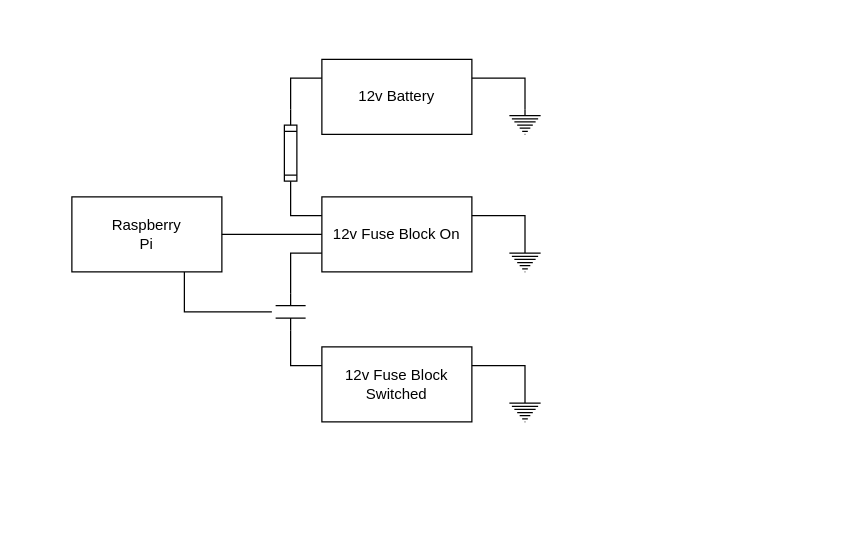
Earlier version of the draw.io diagram ElectricalLowVoltage.drawio (cdvanhorn/ForsanRaneaf). Source tidied: cells renumbered, new cells numbered last; positions are measured from the earlier drawing's top-left corner, leaving out a move shared by most shapes. Both pictures are drawn from the tidied source at 125%, with x=0, y=0 at pixel (71, 59).
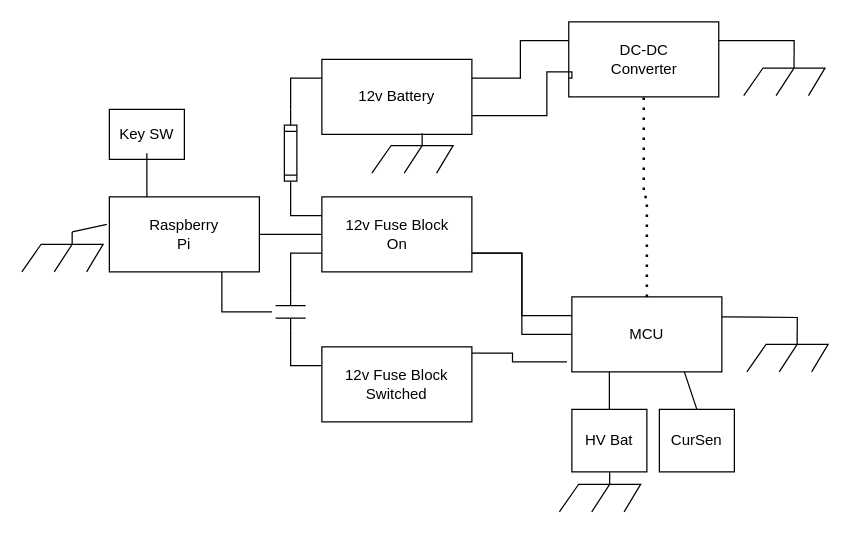
The same diagram, later.

Commit message:
added mcu and dc-dc converter, other clean up

Unchanged cells that the change refers to:
```xml
<mxCell id="5" style="rounded=0;whiteSpace=wrap;html=1;" parent="4" vertex="1">
  <mxGeometry width="120" height="60" as="geometry" />
</mxCell>
```

Change to the diagram source:
```diff
@@
     <mxCell id="4" style="group;" parent="1" vertex="1">
-      <mxGeometry y="110" width="120" height="60" as="geometry" />
+      <mxGeometry x="30" y="110" width="120" height="60" as="geometry" />
     </mxCell>
@@
-    <mxCell id="8" style="group;" parent="1" vertex="1">
-      <mxGeometry x="200" y="230" width="175" height="60" as="geometry" />
-    </mxCell>
-    <mxCell id="9" style="group;" parent="8" vertex="1">
-      <mxGeometry width="120" height="60" as="geometry" />
-    </mxCell>
-    <mxCell id="10" style="rounded=0;whiteSpace=wrap;html=1;" parent="9" vertex="1">
-      <mxGeometry width="120" height="60" as="geometry" />
-    </mxCell>
-    <mxCell id="11" value="12v Fuse Block Switched" style="text;html=1;align=center;verticalAlign=middle;whiteSpace=wrap;rounded=0;" parent="9" vertex="1">
-      <mxGeometry y="15" width="120" height="30" as="geometry" />
-    </mxCell>
-    <mxCell id="12" style="verticalLabelPosition=bottom;shadow=0;dashed=0;align=center;html=1;verticalAlign=top;shape=mxgraph.electrical.signal_sources.protective_earth;" parent="8" vertex="1">
-      <mxGeometry x="150" y="40" width="25" height="20" as="geometry" />
-    </mxCell>
-    <mxCell id="13" style="endArrow=none;html=1;rounded=0;exitX=1;exitY=0.25;exitDx=0;exitDy=0;entryX=0.5;entryY=0;entryDx=0;entryDy=0;entryPerimeter=0;edgeStyle=orthogonalEdgeStyle;" parent="8" edge="1" source="10" target="12">
-      <mxGeometry relative="1" as="geometry" />
-    </mxCell>
-    <mxCell id="14" style="group;" parent="1" vertex="1">
-      <mxGeometry x="195" y="110" width="180" height="60" as="geometry" />
-    </mxCell>
-    <mxCell id="15" style="group;" parent="14" vertex="1">
-      <mxGeometry width="130" height="60" as="geometry" />
-    </mxCell>
-    <mxCell id="16" style="rounded=0;whiteSpace=wrap;html=1;" parent="15" vertex="1">
-      <mxGeometry x="5" width="120" height="60" as="geometry" />
-    </mxCell>
-    <mxCell id="17" value="12v Fuse Block On" style="text;html=1;align=center;verticalAlign=middle;whiteSpace=wrap;rounded=0;" parent="15" vertex="1">
-      <mxGeometry y="15" width="130" height="30" as="geometry" />
-    </mxCell>
-    <mxCell id="18" style="verticalLabelPosition=bottom;shadow=0;dashed=0;align=center;html=1;verticalAlign=top;shape=mxgraph.electrical.signal_sources.protective_earth;" parent="14" vertex="1">
-      <mxGeometry x="155" y="40" width="25" height="20" as="geometry" />
-    </mxCell>
-    <mxCell id="19" style="endArrow=none;html=1;rounded=0;entryX=1;entryY=0.25;entryDx=0;entryDy=0;exitX=0.5;exitY=0;exitDx=0;exitDy=0;exitPerimeter=0;edgeStyle=orthogonalEdgeStyle;" parent="14" edge="1" source="18" target="16">
-      <mxGeometry relative="1" as="geometry" />
-    </mxCell>
-    <mxCell id="20" style="group;" parent="1" vertex="1">
-      <mxGeometry x="200" width="175" height="60" as="geometry" />
-    </mxCell>
-    <mxCell id="21" style="group;" parent="20" vertex="1">
-      <mxGeometry width="120" height="60" as="geometry" />
-    </mxCell>
-    <mxCell id="22" style="rounded=0;whiteSpace=wrap;html=1;" parent="21" vertex="1">
-      <mxGeometry width="120" height="60" as="geometry" />
-    </mxCell>
-    <mxCell id="23" value="12v Battery" style="text;html=1;align=center;verticalAlign=middle;whiteSpace=wrap;rounded=0;" parent="21" vertex="1">
-      <mxGeometry x="10" y="15" width="100" height="30" as="geometry" />
-    </mxCell>
-    <mxCell id="24" style="verticalLabelPosition=bottom;shadow=0;dashed=0;align=center;html=1;verticalAlign=top;shape=mxgraph.electrical.signal_sources.protective_earth;" parent="20" vertex="1">
-      <mxGeometry x="150" y="40" width="25" height="20" as="geometry" />
-    </mxCell>
-    <mxCell id="25" style="endArrow=none;html=1;rounded=0;entryX=0.5;entryY=0;entryDx=0;entryDy=0;entryPerimeter=0;exitX=1;exitY=0.25;exitDx=0;exitDy=0;edgeStyle=orthogonalEdgeStyle;" parent="20" edge="1" source="22" target="24">
-      <mxGeometry relative="1" as="geometry" />
-    </mxCell>
@@
+    <mxCell id="31" style="rounded=0;whiteSpace=wrap;html=1;" parent="1" vertex="1">
+      <mxGeometry x="397.5" y="-30" width="120" height="60" as="geometry" />
+    </mxCell>
+    <mxCell id="21" style="group;" parent="1" vertex="1">
+      <mxGeometry x="200" width="120" height="60" as="geometry" />
+    </mxCell>
+    <mxCell id="22" style="rounded=0;whiteSpace=wrap;html=1;" parent="21" vertex="1">
+      <mxGeometry width="120" height="60" as="geometry" />
+    </mxCell>
+    <mxCell id="23" value="12v Battery" style="text;html=1;align=center;verticalAlign=middle;whiteSpace=wrap;rounded=0;" parent="21" vertex="1">
+      <mxGeometry x="10" y="15" width="100" height="30" as="geometry" />
+    </mxCell>
+    <mxCell id="32" style="group;" parent="1" vertex="1">
+      <mxGeometry x="30" y="40" width="60" height="40" as="geometry" />
+    </mxCell>
+    <mxCell id="33" style="rounded=0;whiteSpace=wrap;html=1;" parent="32" vertex="1">
+      <mxGeometry width="60" height="40" as="geometry" />
+    </mxCell>
+    <mxCell id="34" value="Key SW" style="text;html=1;align=center;verticalAlign=middle;whiteSpace=wrap;rounded=0;" parent="32" vertex="1">
+      <mxGeometry y="5" width="60" height="30" as="geometry" />
+    </mxCell>
+    <mxCell id="35" style="endArrow=none;html=1;rounded=0;entryX=0.5;entryY=1;entryDx=0;entryDy=0;exitX=0.25;exitY=0;exitDx=0;exitDy=0;" parent="1" edge="1" source="5" target="34">
+      <mxGeometry relative="1" as="geometry" />
+    </mxCell>
+    <mxCell id="36" value="DC-DC Converter" style="text;html=1;align=center;verticalAlign=middle;whiteSpace=wrap;rounded=0;" parent="1" vertex="1">
+      <mxGeometry x="412.5" y="-15" width="90" height="30" as="geometry" />
+    </mxCell>
+    <mxCell id="37" style="endArrow=none;html=1;rounded=0;entryX=0;entryY=0.25;entryDx=0;entryDy=0;exitX=1;exitY=0.25;exitDx=0;exitDy=0;edgeStyle=orthogonalEdgeStyle;" parent="1" edge="1" source="22" target="31">
+      <mxGeometry relative="1" as="geometry" />
+    </mxCell>
+    <mxCell id="38" style="verticalLabelPosition=bottom;shadow=0;dashed=0;align=center;html=1;verticalAlign=top;shape=mxgraph.electrical.miscellaneous.chassis;" parent="1" vertex="1">
+      <mxGeometry x="240" y="59" width="65" height="32" as="geometry" />
+    </mxCell>
+    <mxCell id="39" style="verticalLabelPosition=bottom;shadow=0;dashed=0;align=center;html=1;verticalAlign=top;shape=mxgraph.electrical.miscellaneous.chassis;" parent="1" vertex="1">
+      <mxGeometry x="537.5" y="-3" width="65" height="32" as="geometry" />
+    </mxCell>
+    <mxCell id="40" style="endArrow=none;html=1;rounded=0;entryX=0.62;entryY=0;entryDx=0;entryDy=0;entryPerimeter=0;exitX=1;exitY=0.25;exitDx=0;exitDy=0;edgeStyle=orthogonalEdgeStyle;" parent="1" edge="1" source="31" target="39">
+      <mxGeometry relative="1" as="geometry" />
+    </mxCell>
+    <mxCell id="41" style="endArrow=none;html=1;rounded=0;entryX=0;entryY=0.75;entryDx=0;entryDy=0;exitX=1;exitY=0.75;exitDx=0;exitDy=0;edgeStyle=orthogonalEdgeStyle;" parent="1" edge="1" source="22" target="31">
+      <mxGeometry relative="1" as="geometry">
+        <Array as="points">
+          <mxPoint x="380" y="45" />
+          <mxPoint x="380" y="10" />
+          <mxPoint x="400" y="10" />
+        </Array>
+      </mxGeometry>
+    </mxCell>
+    <mxCell id="42" style="endArrow=none;html=1;rounded=0;entryX=1;entryY=0.75;entryDx=0;entryDy=0;exitX=0;exitY=0.25;exitDx=0;exitDy=0;edgeStyle=orthogonalEdgeStyle;" parent="1" edge="1" source="45" target="16">
+      <mxGeometry relative="1" as="geometry" />
+    </mxCell>
+    <mxCell id="43" style="group;" parent="1" vertex="1">
+      <mxGeometry x="200" y="110" width="120" height="60" as="geometry" />
+    </mxCell>
+    <mxCell id="16" style="rounded=0;whiteSpace=wrap;html=1;" parent="43" vertex="1">
+      <mxGeometry width="120" height="60" as="geometry" />
+    </mxCell>
+    <mxCell id="17" value="12v Fuse Block On" style="text;html=1;align=center;verticalAlign=middle;whiteSpace=wrap;rounded=0;" parent="43" vertex="1">
+      <mxGeometry x="12.5" y="15" width="95" height="30" as="geometry" />
+    </mxCell>
+    <mxCell id="44" style="group;" parent="1" vertex="1">
+      <mxGeometry x="400" y="190" width="120" height="60" as="geometry" />
+    </mxCell>
+    <mxCell id="45" style="rounded=0;whiteSpace=wrap;html=1;" parent="44" vertex="1">
+      <mxGeometry width="120" height="60" as="geometry" />
+    </mxCell>
+    <mxCell id="46" value="MCU" style="text;html=1;align=center;verticalAlign=middle;whiteSpace=wrap;rounded=0;" parent="44" vertex="1">
+      <mxGeometry x="30" y="15" width="60" height="30" as="geometry" />
+    </mxCell>
+    <mxCell id="47" style="endArrow=none;html=1;rounded=0;entryX=-0.033;entryY=0.867;entryDx=0;entryDy=0;entryPerimeter=0;exitX=1;exitY=0;exitDx=0;exitDy=0;edgeStyle=orthogonalEdgeStyle;" parent="1" edge="1" source="11" target="45">
+      <mxGeometry relative="1" as="geometry" />
+    </mxCell>
+    <mxCell id="48" style="group;" parent="1" vertex="1">
+      <mxGeometry x="200" y="230" width="120" height="60" as="geometry" />
+    </mxCell>
+    <mxCell id="10" style="rounded=0;whiteSpace=wrap;html=1;" parent="48" vertex="1">
+      <mxGeometry width="120" height="60" as="geometry" />
+    </mxCell>
+    <mxCell id="11" value="12v Fuse Block Switched" style="text;html=1;align=center;verticalAlign=middle;whiteSpace=wrap;rounded=0;" parent="48" vertex="1">
+      <mxGeometry x="15" y="15" width="90" height="30" as="geometry" />
+    </mxCell>
+    <mxCell id="49" style="verticalLabelPosition=bottom;shadow=0;dashed=0;align=center;html=1;verticalAlign=top;shape=mxgraph.electrical.miscellaneous.chassis;" parent="1" vertex="1">
+      <mxGeometry x="540" y="218" width="65" height="32" as="geometry" />
+    </mxCell>
+    <mxCell id="50" style="endArrow=none;html=1;rounded=0;entryX=0.62;entryY=0;entryDx=0;entryDy=0;entryPerimeter=0;exitX=1;exitY=0.25;exitDx=0;exitDy=0;edgeStyle=orthogonalEdgeStyle;" parent="1" edge="1" target="49">
+      <mxGeometry relative="1" as="geometry">
+        <mxPoint x="520" y="206" as="sourcePoint" />
+      </mxGeometry>
+    </mxCell>
+    <mxCell id="51" style="endArrow=none;html=1;rounded=0;entryX=0;entryY=0.5;entryDx=0;entryDy=0;exitX=1;exitY=0.75;exitDx=0;exitDy=0;edgeStyle=orthogonalEdgeStyle;" parent="1" edge="1" source="16" target="45">
+      <mxGeometry relative="1" as="geometry" />
+    </mxCell>
+    <mxCell id="52" style="verticalLabelPosition=bottom;shadow=0;dashed=0;align=center;html=1;verticalAlign=top;shape=mxgraph.electrical.miscellaneous.chassis;" parent="1" vertex="1">
+      <mxGeometry x="-40" y="138" width="65" height="32" as="geometry" />
+    </mxCell>
+    <mxCell id="53" style="endArrow=none;html=1;rounded=0;entryX=-0.017;entryY=0.367;entryDx=0;entryDy=0;entryPerimeter=0;exitX=0.62;exitY=0;exitDx=0;exitDy=0;exitPerimeter=0;" parent="1" edge="1" source="52" target="5">
+      <mxGeometry relative="1" as="geometry" />
+    </mxCell>
+    <mxCell id="54" style="rounded=0;whiteSpace=wrap;html=1;" parent="1" vertex="1">
+      <mxGeometry x="400" y="280" width="60" height="50" as="geometry" />
+    </mxCell>
+    <mxCell id="55" value="HV Bat" style="text;html=1;align=center;verticalAlign=middle;whiteSpace=wrap;rounded=0;" parent="1" vertex="1">
+      <mxGeometry x="400" y="290" width="60" height="30" as="geometry" />
+    </mxCell>
+    <mxCell id="56" style="rounded=0;whiteSpace=wrap;html=1;" parent="1" vertex="1">
+      <mxGeometry x="470" y="280" width="60" height="50" as="geometry" />
+    </mxCell>
+    <mxCell id="57" value="CurSen" style="text;html=1;align=center;verticalAlign=middle;whiteSpace=wrap;rounded=0;" parent="1" vertex="1">
+      <mxGeometry x="470" y="290" width="60" height="30" as="geometry" />
+    </mxCell>
+    <mxCell id="58" style="verticalLabelPosition=bottom;shadow=0;dashed=0;align=center;html=1;verticalAlign=top;shape=mxgraph.electrical.miscellaneous.chassis;" parent="1" vertex="1">
+      <mxGeometry x="390" y="330" width="65" height="32" as="geometry" />
+    </mxCell>
+    <mxCell id="59" style="endArrow=none;html=1;rounded=0;exitX=0.25;exitY=1;exitDx=0;exitDy=0;entryX=0.5;entryY=0;entryDx=0;entryDy=0;" parent="1" edge="1" source="45" target="54">
+      <mxGeometry relative="1" as="geometry" />
+    </mxCell>
+    <mxCell id="60" style="endArrow=none;html=1;rounded=0;exitX=0.75;exitY=1;exitDx=0;exitDy=0;entryX=0.5;entryY=0;entryDx=0;entryDy=0;" parent="1" edge="1" source="45" target="56">
+      <mxGeometry relative="1" as="geometry" />
+    </mxCell>
+    <mxCell id="61" style="endArrow=none;dashed=1;html=1;dashPattern=1 3;strokeWidth=2;rounded=0;entryX=0.5;entryY=1;entryDx=0;entryDy=0;exitX=0.5;exitY=0;exitDx=0;exitDy=0;edgeStyle=orthogonalEdgeStyle;" parent="1" edge="1" source="45" target="31">
+      <mxGeometry relative="1" as="geometry" />
+    </mxCell>
```
